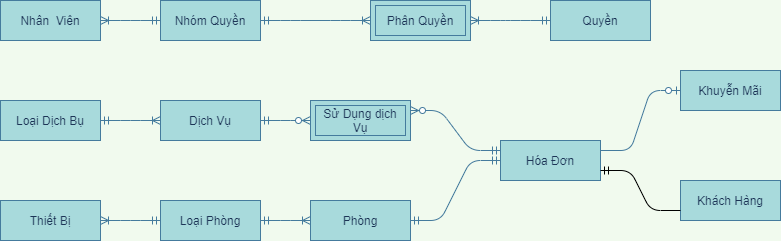
This is EntityRelationship-QLKS.png from maialino123/QLKS, a draw.io export, as it was before one commit. Source tidied: cells renumbered, new cells last; positions are measured from the earlier drawing's top-left corner, leaving out a move shared by most shapes.
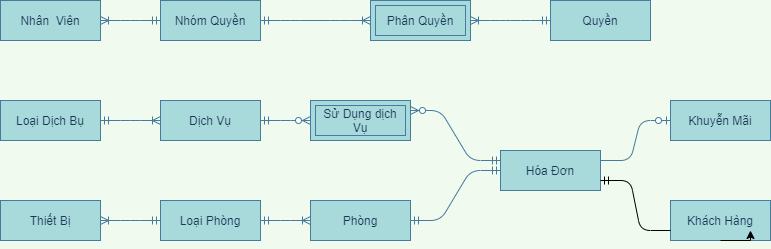
After the commit.

What changed in the source:
```diff
@@ -51,7 +51,7 @@
       <mxGeometry x="160" y="100" width="100" height="40" as="geometry" />
     </mxCell>
     <mxCell id="18" value="Khuyễn Mãi" style="whiteSpace=wrap;html=1;align=center;rounded=0;sketch=0;strokeColor=#457B9D;fillColor=#A8DADC;fontColor=#1D3557;" parent="1" vertex="1">
-      <mxGeometry x="680" y="70" width="100" height="40" as="geometry" />
+      <mxGeometry x="670" y="100" width="100" height="40" as="geometry" />
     </mxCell>
     <mxCell id="19" value="Thiết Bị" style="whiteSpace=wrap;html=1;align=center;rounded=0;sketch=0;strokeColor=#457B9D;fillColor=#A8DADC;fontColor=#1D3557;" parent="1" vertex="1">
       <mxGeometry y="200" width="100" height="40" as="geometry" />
@@ -63,10 +63,10 @@
       <mxGeometry x="310" y="200" width="100" height="40" as="geometry" />
     </mxCell>
     <mxCell id="22" value="Khách Hàng" style="whiteSpace=wrap;html=1;align=center;rounded=0;sketch=0;strokeColor=#457B9D;fillColor=#A8DADC;fontColor=#1D3557;" parent="1" vertex="1">
-      <mxGeometry x="680" y="180" width="100" height="40" as="geometry" />
+      <mxGeometry x="670" y="200" width="100" height="40" as="geometry" />
     </mxCell>
     <mxCell id="23" value="Hóa Đơn" style="whiteSpace=wrap;html=1;align=center;rounded=0;sketch=0;strokeColor=#457B9D;fillColor=#A8DADC;fontColor=#1D3557;" parent="1" vertex="1">
-      <mxGeometry x="500" y="140" width="100" height="40" as="geometry" />
+      <mxGeometry x="500" y="150" width="100" height="40" as="geometry" />
     </mxCell>
     <mxCell id="24" style="edgeStyle=entityRelationEdgeStyle;fontSize=12;html=1;endArrow=ERoneToMany;startArrow=ERmandOne;strokeColor=#457B9D;fontColor=#1D3557;exitX=1;exitY=0.5;exitDx=0;exitDy=0;labelBackgroundColor=#F1FAEE;" parent="1" edge="1" source="13" target="11">
       <mxGeometry relative="1" as="geometry" />
@@ -74,5 +74,8 @@
     <mxCell id="25" style="edgeStyle=entityRelationEdgeStyle;fontSize=12;html=1;endArrow=ERmandOne;exitX=0;exitY=0.75;exitDx=0;exitDy=0;entryX=1;entryY=0.75;entryDx=0;entryDy=0;" parent="1" edge="1" source="22" target="23">
       <mxGeometry relative="1" as="geometry" />
     </mxCell>
+    <mxCell id="26" style="edgeStyle=orthogonalEdgeStyle;rounded=0;orthogonalLoop=1;jettySize=auto;html=1;exitX=0.5;exitY=1;exitDx=0;exitDy=0;entryX=0.8;entryY=0.75;entryDx=0;entryDy=0;entryPerimeter=0;" parent="1" edge="1" source="22" target="22">
+      <mxGeometry relative="1" as="geometry" />
+    </mxCell>
   </root>
 </mxGraphModel>
```
